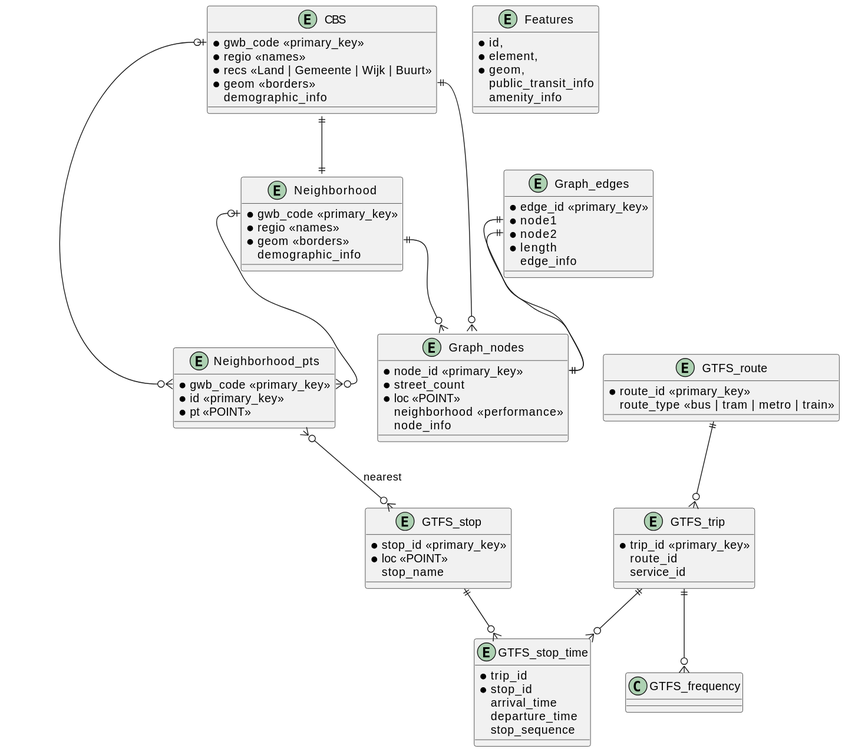
The PlantUML diagram Project-Overview/Design/Outer_design/database.svg in Tobias0107/STDAP, before a commit.
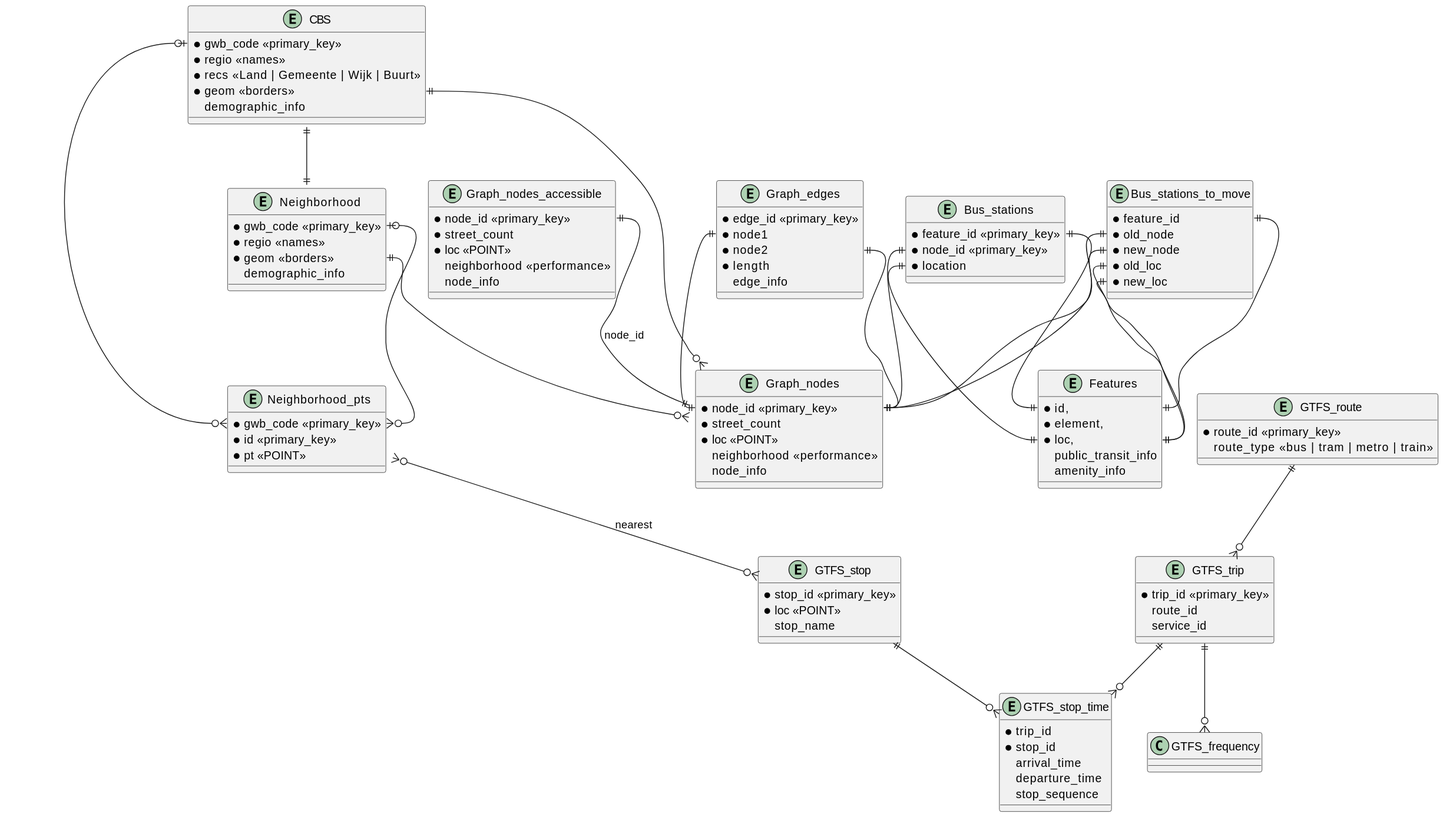
Later version of the same file.

The edit, as a diff of the source:
```diff
@@ -24,6 +24,27 @@
     edge_info
 }
 
+entity Graph_nodes_accessible {
+    *node_id <<primary_key>>
+    *street_count
+    *loc <<POINT>>
+    neighborhood <<performance>>
+    node_info
+}
+
+entity Bus_stations {
+    *feature_id <<primary_key>>
+    *node_id <<primary_key>>
+    *location
+}
+
+entity Bus_stations_to_move {
+    *feature_id
+    *old_node
+    *new_node
+    *old_loc
+    *new_loc
+}
 
 entity Neighborhood_pts {
     *gwb_code <<primary_key>>
@@ -41,7 +62,7 @@
 entity Features {
     *id,
     *element,
-    *geom,
+    *loc,
     public_transit_info
     amenity_info
 }
@@ -91,4 +112,16 @@
 GTFS_trip ||--o{ GTFS_frequency
 
 Neighborhood_pts }o--o{ GTFS_stop : nearest
+
+Bus_stations::feature_id ||--|| Features::id
+Bus_stations::node_id ||--|| Graph_nodes::node_id
+Bus_stations::location ||--|| Features::loc
+
+Bus_stations_to_move::feature_id ||--|| Features::id
+Bus_stations_to_move::old_node ||--|| Graph_nodes::node_id
+Bus_stations_to_move::new_node ||--|| Graph_nodes::node_id
+Bus_stations_to_move::old_loc ||--|| Features::loc
+Bus_stations_to_move::new_loc ||--|| Features::loc
+
+Graph_nodes_accessible::node_id ||--|| Graph_nodes:node_id
 @enduml
```
